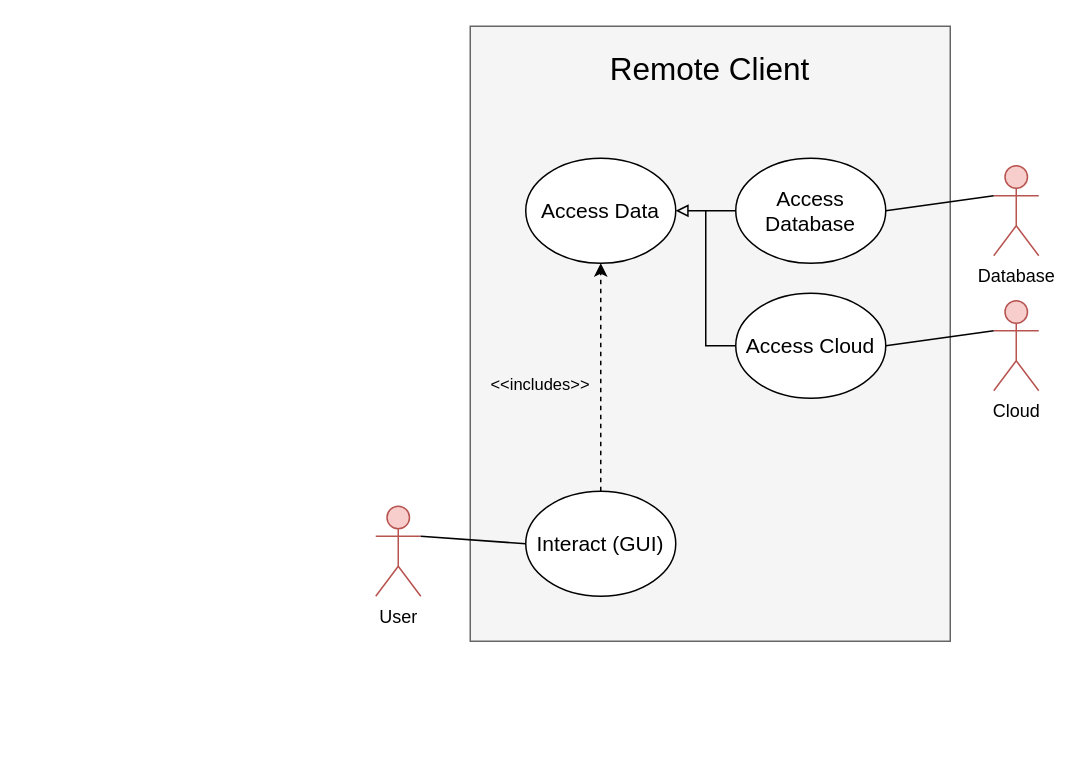
The draw.io diagram page "Page-2" (2 of 2) of 2. Analysis/5. System Analysis/Use Cases/Remote/use_cases_remote.drawio in esrg-silent-howl/argos, before the edit. Source tidied: cells renumbered, new cells numbered last; positions are measured from the earlier drawing's top-left corner, leaving out a move shared by most shapes. Both pictures are drawn from the tidied source at 150%, with x=0, y=0 at pixel (375, 26).
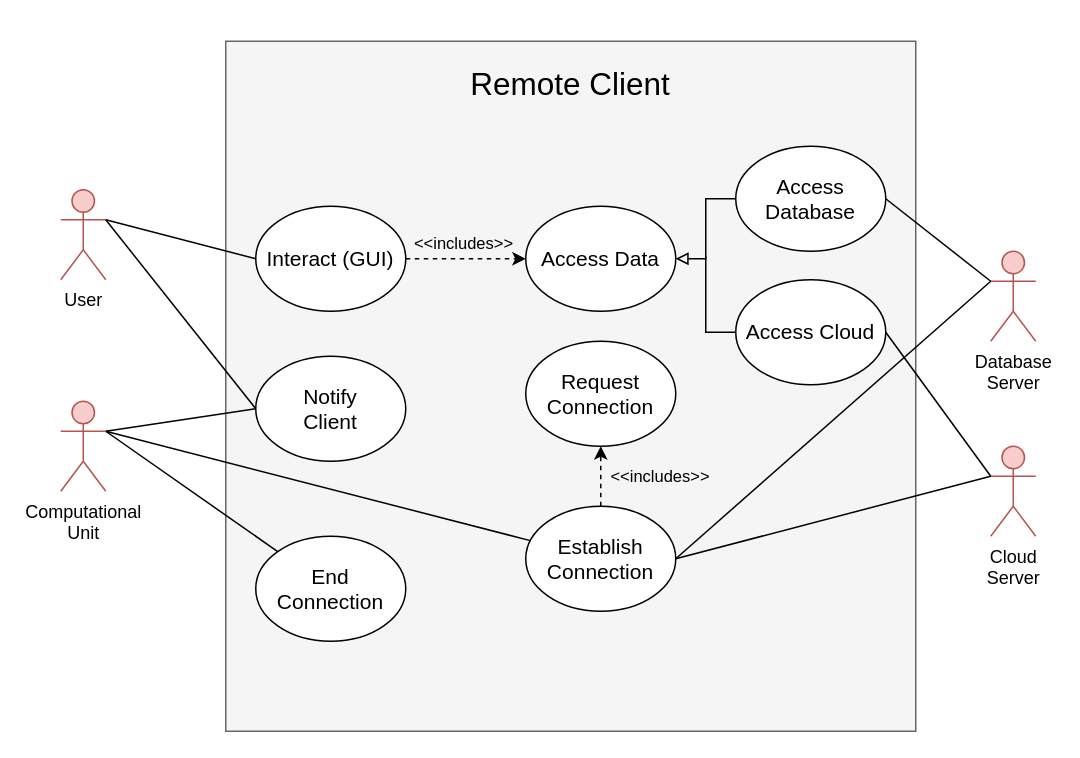
Above is the later version.

Commit message:
UPDT: Final touches on the Remote Clientss Use Case Diagram

Change to the diagram source:
```diff
@@
     <mxCell id="2" value="&lt;span style=&quot;color: rgb(0 , 0 , 0) ; white-space: nowrap&quot;&gt;&lt;font style=&quot;font-size: 21px&quot;&gt;Remote Client&lt;/font&gt;&lt;/span&gt;" style="rounded=0;whiteSpace=wrap;html=1;fontSize=21;verticalAlign=top;spacingTop=9;fillColor=#f5f5f5;strokeColor=#666666;fontColor=#333333;" parent="1" vertex="1">
-      <mxGeometry x="63" width="320" height="410" as="geometry" />
+      <mxGeometry x="-100" y="10" width="460" height="460" as="geometry" />
     </mxCell>
-    <mxCell id="3" value="Cloud" style="shape=umlActor;verticalLabelPosition=bottom;verticalAlign=top;html=1;outlineConnect=0;fillColor=#f8cecc;strokeColor=#b85450;" parent="1" vertex="1">
-      <mxGeometry x="412" y="183" width="30" height="60" as="geometry" />
+    <mxCell id="3" value="Cloud&lt;br&gt;Server" style="shape=umlActor;verticalLabelPosition=bottom;verticalAlign=top;html=1;outlineConnect=0;fillColor=#f8cecc;strokeColor=#b85450;" parent="1" vertex="1">
+      <mxGeometry x="410" y="280" width="30" height="60" as="geometry" />
     </mxCell>
     <mxCell id="4" value="User" style="shape=umlActor;verticalLabelPosition=bottom;verticalAlign=top;html=1;outlineConnect=0;fillColor=#f8cecc;strokeColor=#b85450;" parent="1" vertex="1">
-      <mxGeometry y="320" width="30" height="60" as="geometry" />
+      <mxGeometry x="-210" y="109" width="30" height="60" as="geometry" />
     </mxCell>
     <mxCell id="5" value="Access Data" style="ellipse;whiteSpace=wrap;html=1;fontSize=14;" parent="1" vertex="1">
-      <mxGeometry x="100" y="88" width="100" height="70" as="geometry" />
+      <mxGeometry x="100" y="120" width="100" height="70" as="geometry" />
     </mxCell>
-    <mxCell id="6" style="edgeStyle=orthogonalEdgeStyle;rounded=0;jettySize=auto;html=1;exitX=0.5;exitY=0;exitDx=0;exitDy=0;entryX=0.5;entryY=1;entryDx=0;entryDy=0;dashed=1;" parent="1" edge="1" source="7" target="5">
+    <mxCell id="6" style="edgeStyle=orthogonalEdgeStyle;rounded=0;jettySize=auto;html=1;dashed=1;" parent="1" edge="1" source="7" target="5">
       <mxGeometry relative="1" as="geometry" />
     </mxCell>
     <mxCell id="7" value="Interact (GUI)" style="ellipse;whiteSpace=wrap;html=1;fontSize=14;" parent="1" vertex="1">
-      <mxGeometry x="100" y="310" width="100" height="70" as="geometry" />
+      <mxGeometry x="-80" y="120" width="100" height="70" as="geometry" />
     </mxCell>
-    <mxCell id="8" value="Database" style="shape=umlActor;verticalLabelPosition=bottom;verticalAlign=top;html=1;outlineConnect=0;fillColor=#f8cecc;strokeColor=#b85450;" parent="1" vertex="1">
-      <mxGeometry x="412" y="93" width="30" height="60" as="geometry" />
+    <mxCell id="8" value="Database&lt;br&gt;Server" style="shape=umlActor;verticalLabelPosition=bottom;verticalAlign=top;html=1;outlineConnect=0;fillColor=#f8cecc;strokeColor=#b85450;" parent="1" vertex="1">
+      <mxGeometry x="410" y="150" width="30" height="60" as="geometry" />
     </mxCell>
@@
     <mxCell id="11" value="Access Database" style="ellipse;whiteSpace=wrap;html=1;fontSize=14;" parent="1" vertex="1">
-      <mxGeometry x="240" y="88" width="100" height="70" as="geometry" />
+      <mxGeometry x="240" y="80" width="100" height="70" as="geometry" />
     </mxCell>
     <mxCell id="12" style="edgeStyle=orthogonalEdgeStyle;rounded=0;jettySize=auto;html=1;exitX=0;exitY=0.5;exitDx=0;exitDy=0;endArrow=none;endFill=0;" parent="1" edge="1" source="13">
       <mxGeometry relative="1" as="geometry">
-        <mxPoint x="220" y="123" as="targetPoint" />
+        <mxPoint x="220" y="153" as="targetPoint" />
+        <Array as="points">
+          <mxPoint x="220" y="204" />
+          <mxPoint x="220" y="153" />
+        </Array>
       </mxGeometry>
     </mxCell>
     <mxCell id="13" value="Access Cloud" style="ellipse;whiteSpace=wrap;html=1;fontSize=14;" parent="1" vertex="1">
-      <mxGeometry x="240" y="178" width="100" height="70" as="geometry" />
+      <mxGeometry x="240" y="169" width="100" height="70" as="geometry" />
     </mxCell>
     <mxCell id="14" value="&amp;lt;&amp;lt;includes&amp;gt;&amp;gt;" style="text;html=1;strokeColor=none;fillColor=none;align=center;verticalAlign=middle;whiteSpace=wrap;rounded=0;fontSize=11;rotation=0;" parent="1" vertex="1">
-      <mxGeometry x="80" y="229" width="60" height="20" as="geometry" />
+      <mxGeometry x="29" y="135" width="60" height="20" as="geometry" />
     </mxCell>
@@
+    <mxCell id="17" style="rounded=0;jettySize=auto;html=1;entryX=1;entryY=0.3333333333333333;entryDx=0;entryDy=0;entryPerimeter=0;endArrow=none;endFill=0;" parent="1" edge="1" source="18" target="25">
+      <mxGeometry relative="1" as="geometry" />
+    </mxCell>
+    <mxCell id="18" value="End Connection" style="ellipse;whiteSpace=wrap;html=1;fontSize=14;" parent="1" vertex="1">
+      <mxGeometry x="-80" y="340" width="100" height="70" as="geometry" />
+    </mxCell>
+    <mxCell id="19" style="rounded=0;jettySize=auto;html=1;entryX=1;entryY=0.3333333333333333;entryDx=0;entryDy=0;entryPerimeter=0;endArrow=none;endFill=0;" parent="1" edge="1" source="23" target="25">
+      <mxGeometry relative="1" as="geometry" />
+    </mxCell>
+    <mxCell id="20" style="rounded=0;jettySize=auto;html=1;exitX=1;exitY=0.5;exitDx=0;exitDy=0;entryX=0;entryY=0.3333333333333333;entryDx=0;entryDy=0;entryPerimeter=0;endArrow=none;endFill=0;" parent="1" edge="1" source="23" target="3">
+      <mxGeometry relative="1" as="geometry" />
+    </mxCell>
+    <mxCell id="21" style="rounded=0;jettySize=auto;html=1;exitX=1;exitY=0.5;exitDx=0;exitDy=0;entryX=0;entryY=0.3333333333333333;entryDx=0;entryDy=0;entryPerimeter=0;endArrow=none;endFill=0;" parent="1" edge="1" source="23" target="8">
+      <mxGeometry relative="1" as="geometry" />
+    </mxCell>
+    <mxCell id="22" style="edgeStyle=none;rounded=0;jettySize=auto;html=1;entryX=0.5;entryY=1;entryDx=0;entryDy=0;endArrow=classic;endFill=1;dashed=1;" parent="1" edge="1" source="23" target="26">
+      <mxGeometry relative="1" as="geometry" />
+    </mxCell>
+    <mxCell id="23" value="Establish Connection" style="ellipse;whiteSpace=wrap;html=1;fontSize=14;" parent="1" vertex="1">
+      <mxGeometry x="100" y="320" width="100" height="70" as="geometry" />
+    </mxCell>
+    <mxCell id="24" style="edgeStyle=none;rounded=0;jettySize=auto;html=1;exitX=1;exitY=0.3333333333333333;exitDx=0;exitDy=0;exitPerimeter=0;entryX=0;entryY=0.5;entryDx=0;entryDy=0;endArrow=none;endFill=0;" parent="1" edge="1" source="25" target="29">
+      <mxGeometry relative="1" as="geometry" />
+    </mxCell>
+    <mxCell id="25" value="Computational &lt;br&gt;Unit" style="shape=umlActor;verticalLabelPosition=bottom;verticalAlign=top;html=1;outlineConnect=0;fillColor=#f8cecc;strokeColor=#b85450;" parent="1" vertex="1">
+      <mxGeometry x="-210" y="250" width="30" height="60" as="geometry" />
+    </mxCell>
+    <mxCell id="26" value="Request Connection" style="ellipse;whiteSpace=wrap;html=1;fontSize=14;" parent="1" vertex="1">
+      <mxGeometry x="100" y="210" width="100" height="70" as="geometry" />
+    </mxCell>
+    <mxCell id="27" value="&amp;lt;&amp;lt;includes&amp;gt;&amp;gt;" style="text;html=1;strokeColor=none;fillColor=none;align=center;verticalAlign=middle;whiteSpace=wrap;rounded=0;fontSize=11;rotation=0;" parent="1" vertex="1">
+      <mxGeometry x="160" y="290" width="60" height="20" as="geometry" />
+    </mxCell>
+    <mxCell id="28" style="edgeStyle=none;rounded=0;jettySize=auto;html=1;exitX=0;exitY=0.5;exitDx=0;exitDy=0;entryX=1;entryY=0.3333333333333333;entryDx=0;entryDy=0;entryPerimeter=0;endArrow=none;endFill=0;" parent="1" edge="1" source="29" target="4">
+      <mxGeometry relative="1" as="geometry" />
+    </mxCell>
+    <mxCell id="29" value="Notify&lt;br&gt;Client" style="ellipse;whiteSpace=wrap;html=1;fontSize=14;" parent="1" vertex="1">
+      <mxGeometry x="-80" y="220" width="100" height="70" as="geometry" />
+    </mxCell>
```
